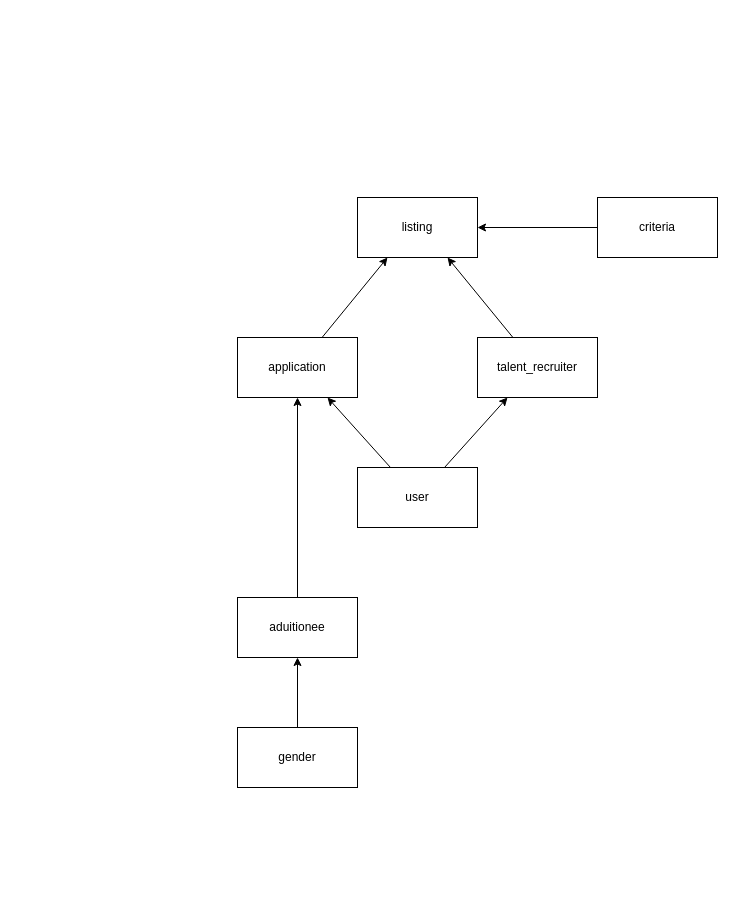
Before: main/docs/ERD.drawio in daleUrquhart/TEMS, a draw.io diagram. Source tidied: cells renumbered, new cells numbered last; positions are measured from the earlier drawing's top-left corner, leaving out a move shared by most shapes. Both pictures are drawn from the tidied source at 100%, with x=0, y=0 at pixel (237, 197).
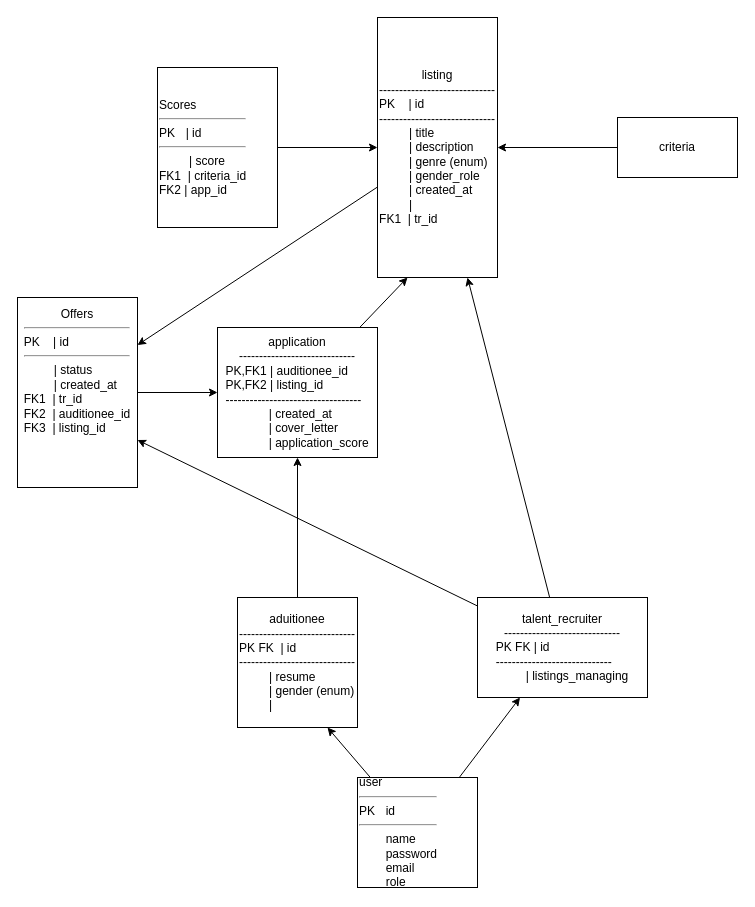
After the change.

Change to the diagram source:
```diff
@@
 <mxGraphModel>
   <root>
     <mxCell id="0" />
     <mxCell id="1" parent="0" />
     <mxCell id="2" style="edgeStyle=none;html=1;entryX=0.5;entryY=1;entryDx=0;entryDy=0;" parent="1" edge="1" source="3" target="15">
       <mxGeometry relative="1" as="geometry" />
     </mxCell>
-    <mxCell id="3" value="aduitionee" style="whiteSpace=wrap;html=1;" parent="1" vertex="1">
-      <mxGeometry y="400" width="120" height="60" as="geometry" />
+    <mxCell id="3" value="aduitionee&lt;br&gt;-----------------------------&lt;br&gt;&lt;div style=&quot;text-align: left;&quot;&gt;PK FK&amp;nbsp; | id&lt;/div&gt;&lt;div style=&quot;text-align: left;&quot;&gt;-----------------------------&lt;/div&gt;&lt;div style=&quot;text-align: left;&quot;&gt;&lt;span style=&quot;background-color: transparent;&quot;&gt;&amp;nbsp; &amp;nbsp; &amp;nbsp; &amp;nbsp; &amp;nbsp;| resume&lt;/span&gt;&lt;br&gt;&lt;/div&gt;&lt;div style=&quot;text-align: left;&quot;&gt;&amp;nbsp; &amp;nbsp; &amp;nbsp; &amp;nbsp; &amp;nbsp;| gender (enum)&lt;/div&gt;&lt;div style=&quot;text-align: left;&quot;&gt;&lt;span style=&quot;white-space: pre;&quot;&gt;&#9;&lt;/span&gt;&amp;nbsp;|&amp;nbsp;&lt;br&gt;&lt;/div&gt;" style="whiteSpace=wrap;html=1;" parent="1" vertex="1">
+      <mxGeometry y="400" width="120" height="130" as="geometry" />
     </mxCell>
     <mxCell id="4" style="edgeStyle=none;html=1;entryX=0.75;entryY=1;entryDx=0;entryDy=0;" parent="1" edge="1" source="5" target="11">
       <mxGeometry relative="1" as="geometry" />
     </mxCell>
+    <mxCell id="16" style="edgeStyle=none;html=1;entryX=1;entryY=0.75;entryDx=0;entryDy=0;" parent="1" edge="1" source="5" target="22">
+      <mxGeometry relative="1" as="geometry" />
+    </mxCell>
-    <mxCell id="5" value="talent_recruiter" style="whiteSpace=wrap;html=1;" parent="1" vertex="1">
-      <mxGeometry x="240" y="140" width="120" height="60" as="geometry" />
+    <mxCell id="5" value="talent_recruiter&lt;br&gt;-----------------------------&lt;br&gt;&lt;div style=&quot;text-align: left;&quot;&gt;PK FK | id&lt;/div&gt;&lt;div style=&quot;text-align: left;&quot;&gt;-----------------------------&lt;/div&gt;&lt;div style=&quot;text-align: left;&quot;&gt;&amp;nbsp; &amp;nbsp; &amp;nbsp; &amp;nbsp; &amp;nbsp;| listings_managing&lt;/div&gt;" style="whiteSpace=wrap;html=1;" parent="1" vertex="1">
+      <mxGeometry x="240" y="400" width="170" height="100" as="geometry" />
     </mxCell>
     <mxCell id="6" style="edgeStyle=none;html=1;entryX=0.25;entryY=1;entryDx=0;entryDy=0;" parent="1" edge="1" source="8" target="5">
       <mxGeometry relative="1" as="geometry" />
     </mxCell>
-    <mxCell id="7" style="edgeStyle=none;html=1;entryX=0.75;entryY=1;entryDx=0;entryDy=0;" parent="1" edge="1" source="8" target="15">
-      <mxGeometry relative="1" as="geometry" />
-    </mxCell>
+    <mxCell id="17" style="edgeStyle=none;html=1;entryX=0.75;entryY=1;entryDx=0;entryDy=0;" parent="1" edge="1" source="8" target="3">
+      <mxGeometry relative="1" as="geometry" />
+    </mxCell>
-    <mxCell id="8" value="user" style="whiteSpace=wrap;html=1;" parent="1" vertex="1">
-      <mxGeometry x="120" y="270" width="120" height="60" as="geometry" />
+    <mxCell id="8" value="user&lt;div&gt;&lt;hr&gt;PK&amp;nbsp;&lt;span style=&quot;white-space: pre;&quot;&gt;&#9;&lt;/span&gt;id&lt;/div&gt;&lt;div&gt;&lt;hr&gt;&lt;span style=&quot;white-space: pre;&quot;&gt;&#9;&lt;/span&gt;name&lt;/div&gt;&lt;div&gt;&lt;span style=&quot;white-space: pre;&quot;&gt;&#9;&lt;/span&gt;password&lt;br&gt;&lt;/div&gt;&lt;div&gt;&lt;span style=&quot;white-space: pre;&quot;&gt;&#9;&lt;/span&gt;email&lt;br&gt;&lt;/div&gt;&lt;div&gt;&lt;span style=&quot;white-space: pre;&quot;&gt;&#9;&lt;/span&gt;role&lt;br&gt;&lt;/div&gt;" style="whiteSpace=wrap;html=1;align=left;" parent="1" vertex="1">
+      <mxGeometry x="120" y="580" width="120" height="110" as="geometry" />
     </mxCell>
-    <mxCell id="9" style="edgeStyle=none;html=1;entryX=0.5;entryY=1;entryDx=0;entryDy=0;" parent="1" edge="1" source="10" target="3">
-      <mxGeometry relative="1" as="geometry" />
-    </mxCell>
-    <mxCell id="10" value="gender" style="whiteSpace=wrap;html=1;" parent="1" vertex="1">
-      <mxGeometry y="530" width="120" height="60" as="geometry" />
-    </mxCell>
+    <mxCell id="18" style="edgeStyle=none;html=1;entryX=1;entryY=0.25;entryDx=0;entryDy=0;" parent="1" edge="1" source="11" target="22">
+      <mxGeometry relative="1" as="geometry" />
+    </mxCell>
-    <mxCell id="11" value="listing" style="whiteSpace=wrap;html=1;" parent="1" vertex="1">
-      <mxGeometry x="120" width="120" height="60" as="geometry" />
+    <mxCell id="11" value="listing&lt;br&gt;-----------------------------&lt;br&gt;&lt;div style=&quot;text-align: left;&quot;&gt;PK&amp;nbsp; &amp;nbsp; | id&lt;/div&gt;&lt;div style=&quot;text-align: left;&quot;&gt;-----------------------------&lt;/div&gt;&lt;div style=&quot;text-align: left;&quot;&gt;&amp;nbsp; &amp;nbsp; &amp;nbsp; &amp;nbsp; &amp;nbsp;| title&lt;/div&gt;&lt;div style=&quot;text-align: left;&quot;&gt;&lt;span style=&quot;white-space: pre;&quot;&gt;&#9;&lt;/span&gt;&amp;nbsp;| description&lt;br&gt;&lt;/div&gt;&lt;div style=&quot;text-align: left;&quot;&gt;&lt;span style=&quot;white-space: pre;&quot;&gt;&#9;&lt;/span&gt;&amp;nbsp;| genre (enum)&lt;br&gt;&lt;/div&gt;&lt;div style=&quot;text-align: left;&quot;&gt;&lt;span style=&quot;white-space: pre;&quot;&gt;&#9;&lt;/span&gt;&amp;nbsp;| gender_role&lt;br&gt;&lt;/div&gt;&lt;div style=&quot;text-align: left;&quot;&gt;&lt;span style=&quot;white-space: pre;&quot;&gt;&#9;&lt;/span&gt;&amp;nbsp;| created_at&lt;br&gt;&lt;/div&gt;&lt;div style=&quot;text-align: left;&quot;&gt;&lt;span style=&quot;white-space: pre;&quot;&gt;&#9;&lt;/span&gt;&amp;nbsp;|&amp;nbsp;&lt;br&gt;&lt;/div&gt;&lt;div style=&quot;text-align: left;&quot;&gt;FK1&amp;nbsp; | tr_id&lt;/div&gt;" style="whiteSpace=wrap;html=1;" parent="1" vertex="1">
+      <mxGeometry x="140" y="-180" width="120" height="260" as="geometry" />
     </mxCell>
     <mxCell id="12" style="edgeStyle=none;html=1;entryX=1;entryY=0.5;entryDx=0;entryDy=0;" parent="1" edge="1" source="13" target="11">
       <mxGeometry relative="1" as="geometry" />
     </mxCell>
     <mxCell id="13" value="criteria" style="whiteSpace=wrap;html=1;" parent="1" vertex="1">
-      <mxGeometry x="360" width="120" height="60" as="geometry" />
+      <mxGeometry x="380" y="-80" width="120" height="60" as="geometry" />
     </mxCell>
     <mxCell id="14" style="edgeStyle=none;html=1;entryX=0.25;entryY=1;entryDx=0;entryDy=0;" parent="1" edge="1" source="15" target="11">
       <mxGeometry relative="1" as="geometry" />
     </mxCell>
-    <mxCell id="15" value="application" style="whiteSpace=wrap;html=1;" parent="1" vertex="1">
-      <mxGeometry y="140" width="120" height="60" as="geometry" />
+    <mxCell id="15" value="application&lt;br&gt;-----------------------------&lt;br&gt;&lt;div style=&quot;text-align: left;&quot;&gt;PK,FK1 | auditionee_id&lt;/div&gt;&lt;div style=&quot;text-align: left;&quot;&gt;PK,FK2 | listing_id&lt;/div&gt;&lt;div style=&quot;text-align: left;&quot;&gt;----------------------------------&lt;/div&gt;&lt;div style=&quot;text-align: left;&quot;&gt;&lt;span style=&quot;white-space: pre;&quot;&gt;&#9;&lt;/span&gt;&amp;nbsp; &amp;nbsp; &amp;nbsp;| created_at&lt;/div&gt;&lt;div style=&quot;text-align: left;&quot;&gt;&amp;nbsp; &amp;nbsp; &amp;nbsp; &amp;nbsp; &amp;nbsp; &amp;nbsp; &amp;nbsp;| cover_letter&lt;/div&gt;&lt;div style=&quot;text-align: left;&quot;&gt;&amp;nbsp; &amp;nbsp; &amp;nbsp; &amp;nbsp; &amp;nbsp; &amp;nbsp; &amp;nbsp;| application_score&lt;/div&gt;" style="whiteSpace=wrap;html=1;" parent="1" vertex="1">
+      <mxGeometry x="-20" y="130" width="160" height="130" as="geometry" />
     </mxCell>
+    <mxCell id="19" style="edgeStyle=none;html=1;entryX=0;entryY=0.5;entryDx=0;entryDy=0;" parent="1" edge="1" source="20" target="11">
+      <mxGeometry relative="1" as="geometry" />
+    </mxCell>
+    <mxCell id="20" value="Scores&lt;hr&gt;PK&lt;span style=&quot;white-space: pre;&quot;&gt;&#9;&lt;/span&gt;| id&lt;div&gt;&lt;hr&gt;&lt;span style=&quot;white-space: pre;&quot;&gt;&#9;&lt;/span&gt;&amp;nbsp;| score&lt;br&gt;&lt;/div&gt;&lt;div&gt;FK1&amp;nbsp; | criteria_id&lt;br&gt;&lt;/div&gt;&lt;div&gt;FK2 | app_id&lt;/div&gt;" style="whiteSpace=wrap;html=1;align=left;" parent="1" vertex="1">
+      <mxGeometry x="-80" y="-130" width="120" height="160" as="geometry" />
+    </mxCell>
+    <mxCell id="21" style="edgeStyle=none;html=1;entryX=0;entryY=0.5;entryDx=0;entryDy=0;" parent="1" edge="1" source="22" target="15">
+      <mxGeometry relative="1" as="geometry" />
+    </mxCell>
+    <mxCell id="22" value="Offers&lt;div&gt;&lt;hr&gt;&lt;div style=&quot;text-align: left;&quot;&gt;&lt;span style=&quot;background-color: transparent;&quot;&gt;PK&amp;nbsp; &amp;nbsp; | id&lt;/span&gt;&lt;/div&gt;&lt;/div&gt;&lt;div style=&quot;text-align: left;&quot;&gt;&lt;hr&gt;&lt;span style=&quot;white-space: pre;&quot;&gt;&#9;&lt;/span&gt;&amp;nbsp;| status&lt;br&gt;&lt;/div&gt;&lt;div style=&quot;text-align: left;&quot;&gt;&lt;span style=&quot;white-space: pre;&quot;&gt;&#9;&lt;/span&gt;&amp;nbsp;| created_at&lt;br&gt;&lt;/div&gt;&lt;div style=&quot;text-align: left;&quot;&gt;&lt;span style=&quot;background-color: transparent;&quot;&gt;FK1&amp;nbsp; | tr_id&lt;/span&gt;&lt;/div&gt;&lt;div style=&quot;text-align: left;&quot;&gt;&lt;span style=&quot;background-color: transparent;&quot;&gt;FK2&amp;nbsp; | auditionee_id&lt;/span&gt;&lt;/div&gt;&lt;div style=&quot;text-align: left;&quot;&gt;&lt;span style=&quot;background-color: transparent;&quot;&gt;FK3&amp;nbsp; | listing_id&lt;/span&gt;&lt;/div&gt;&lt;div style=&quot;text-align: left;&quot;&gt;&lt;span style=&quot;background-color: transparent;&quot;&gt;&lt;br&gt;&lt;/span&gt;&lt;/div&gt;&lt;div style=&quot;text-align: left;&quot;&gt;&lt;span style=&quot;background-color: transparent;&quot;&gt;&lt;br&gt;&lt;/span&gt;&lt;/div&gt;&lt;div style=&quot;text-align: left;&quot;&gt;&lt;span style=&quot;background-color: transparent;&quot;&gt;&lt;br&gt;&lt;/span&gt;&lt;/div&gt;" style="whiteSpace=wrap;html=1;" parent="1" vertex="1">
+      <mxGeometry x="-220" y="100" width="120" height="190" as="geometry" />
+    </mxCell>
   </root>
 </mxGraphModel>
```
